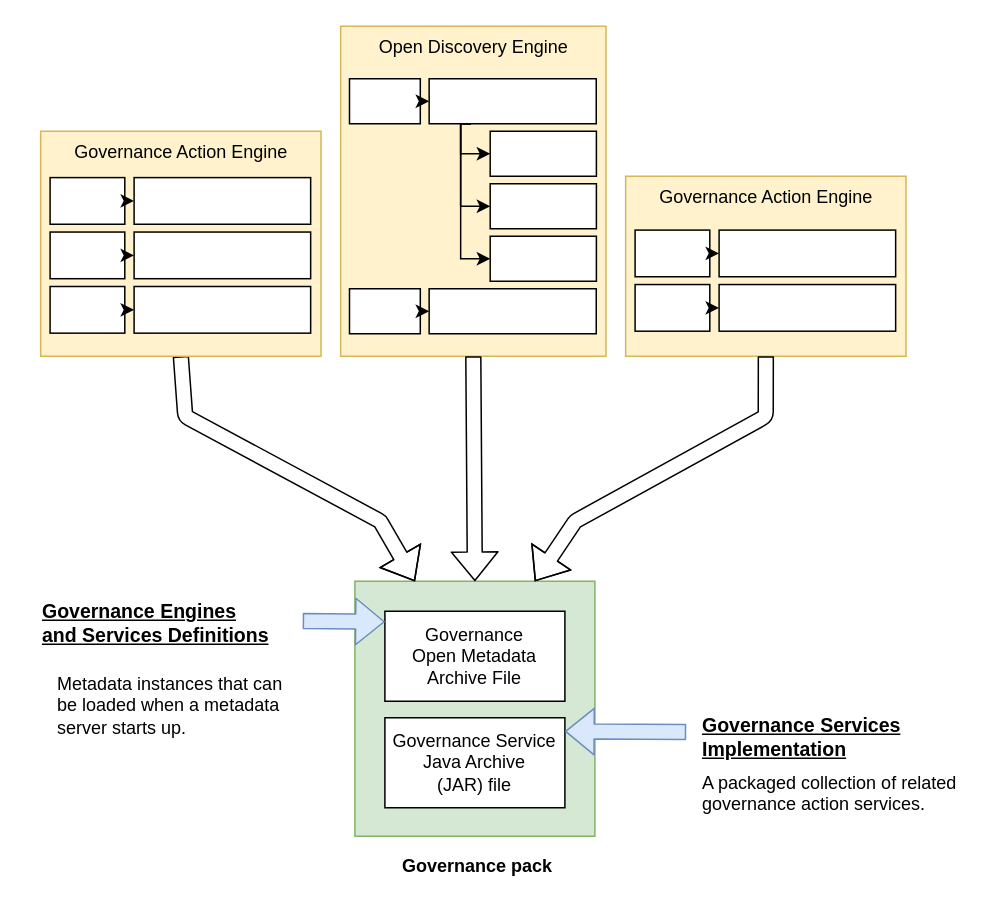
The draw.io diagram page "governance-pack" (2 of 6) of site/docs/frameworks/gaf/governance-action-framework.drawio in odpi/egeria-docs, before the edit. Source tidied: cells renumbered, new cells numbered last; positions are measured from the earlier drawing's top-left corner, leaving out a move shared by most shapes. Both pictures are drawn from the tidied source at 150%, with x=0, y=0 at pixel (26, 26).
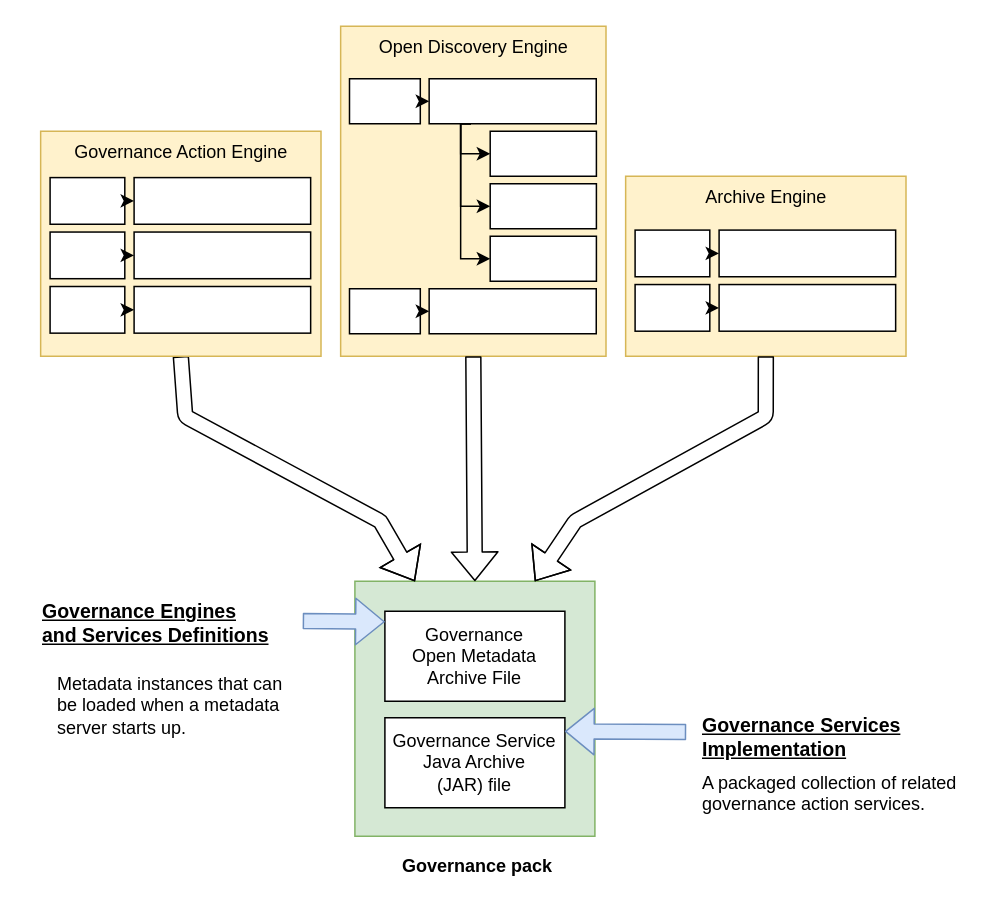
The same page after the edit.

The edit, as a diff of the source:
```diff
@@
-    <mxCell id="14" value="Governance Action Engine" style="rounded=0;whiteSpace=wrap;html=1;verticalAlign=top;fillColor=#fff2cc;strokeColor=#d6b656;" parent="1" vertex="1">
+    <mxCell id="14" value="Archive Engine" style="rounded=0;whiteSpace=wrap;html=1;verticalAlign=top;fillColor=#fff2cc;strokeColor=#d6b656;" parent="1" vertex="1">
       <mxGeometry x="399.6" y="100" width="186.9" height="120" as="geometry" />
     </mxCell>
```
